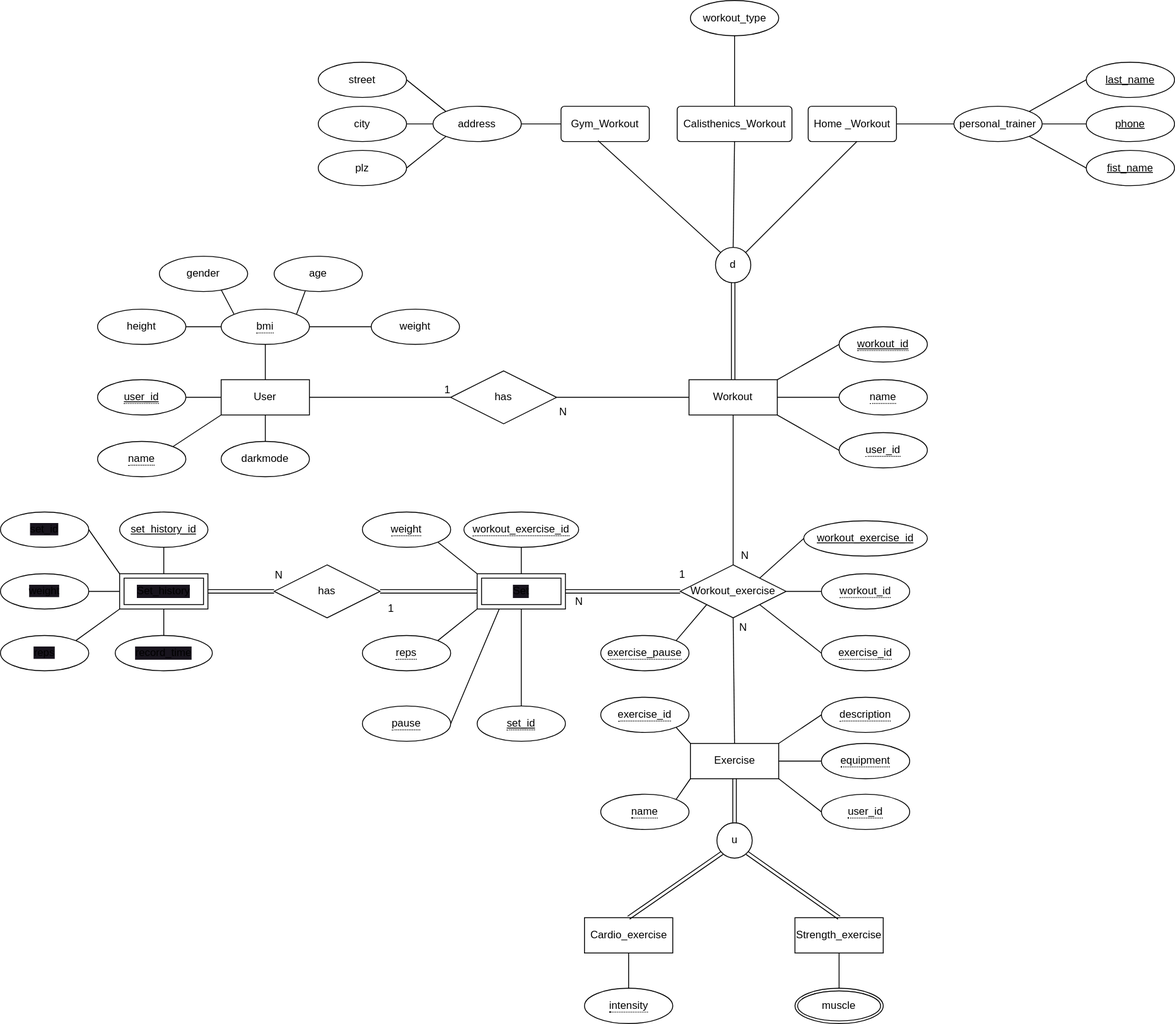
This is EER-Diagramm.drawio.svg from Johannes0220/DatabaseProject, a draw.io export, as it was before one commit. Source tidied: cells renumbered, new cells last; positions are measured from the earlier drawing's top-left corner, leaving out a move shared by most shapes.
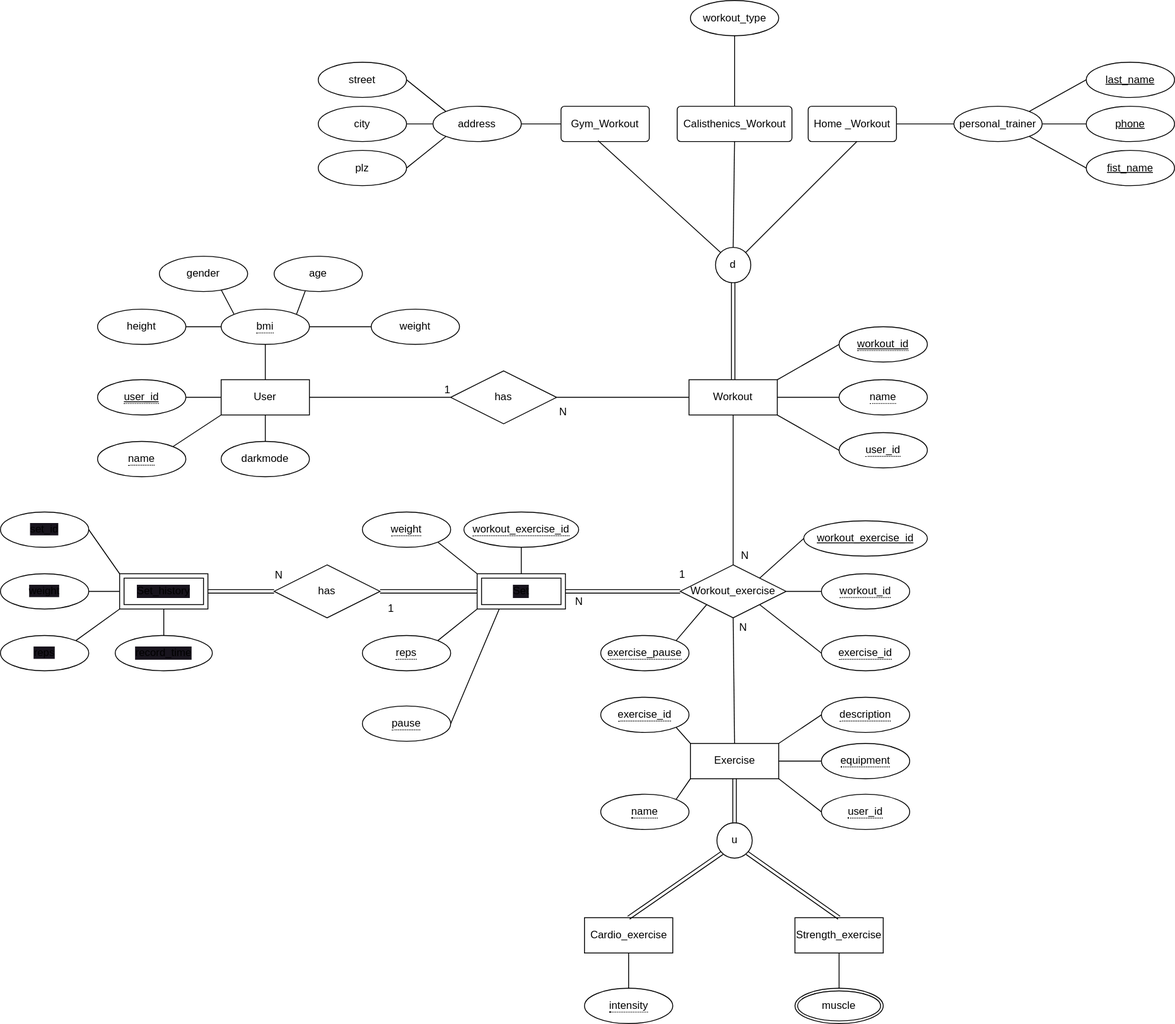
Later version of the same file.

Commit message:
fix EER- Weakattribbutes

Change to the diagram source:
```diff
@@ -67,9 +67,6 @@
     <mxCell id="22" value="Set" style="shape=ext;margin=3;double=1;whiteSpace=wrap;html=1;align=center;labelBackgroundColor=#18141D;" parent="1" vertex="1">
       <mxGeometry x="540" y="650" width="100" height="40" as="geometry" />
     </mxCell>
-    <mxCell id="23" style="endArrow=none;html=1;rounded=0;exitX=0.5;exitY=1;exitDx=0;exitDy=0;entryX=0.5;entryY=0;entryDx=0;entryDy=0;" parent="1" edge="1" source="22" target="66">
-      <mxGeometry relative="1" as="geometry" />
-    </mxCell>
     <mxCell id="24" value="Set_history" style="shape=ext;margin=3;double=1;whiteSpace=wrap;html=1;align=center;labelBackgroundColor=#18141D;" parent="1" vertex="1">
       <mxGeometry x="135" y="650" width="100" height="40" as="geometry" />
     </mxCell>
@@ -137,12 +134,6 @@
     <mxCell id="44" value="&lt;span style=&quot;border-bottom: 1px dotted&quot;&gt;bmi&lt;/span&gt;" style="ellipse;whiteSpace=wrap;html=1;align=center;" parent="1" vertex="1">
       <mxGeometry x="250" y="350" width="100" height="40" as="geometry" />
     </mxCell>
-    <mxCell id="45" style="edgeStyle=none;html=1;exitX=0.5;exitY=1;exitDx=0;exitDy=0;entryX=0.5;entryY=0;entryDx=0;entryDy=0;endArrow=none;endFill=0;" parent="1" edge="1" source="46" target="24">
-      <mxGeometry relative="1" as="geometry" />
-    </mxCell>
-    <mxCell id="46" value="&lt;u&gt;set_history_id&lt;/u&gt;" style="ellipse;whiteSpace=wrap;html=1;align=center;" parent="1" vertex="1">
-      <mxGeometry x="135" y="580" width="100" height="40" as="geometry" />
-    </mxCell>
     <mxCell id="47" style="edgeStyle=none;html=1;exitX=1;exitY=0.5;exitDx=0;exitDy=0;entryX=0;entryY=0;entryDx=0;entryDy=0;endArrow=none;endFill=0;" parent="1" edge="1" source="48" target="24">
       <mxGeometry relative="1" as="geometry" />
     </mxCell>
@@ -200,9 +191,6 @@
     <mxCell id="65" value="&lt;span style=&quot;border-bottom: 1px dotted&quot;&gt;workout_exercise_id&lt;/span&gt;" style="ellipse;whiteSpace=wrap;html=1;align=center;" parent="1" vertex="1">
       <mxGeometry x="525" y="580" width="130" height="40" as="geometry" />
     </mxCell>
-    <mxCell id="66" value="&lt;span style=&quot;border-bottom: 1px dotted&quot;&gt;&lt;u&gt;set_id&lt;/u&gt;&lt;/span&gt;" style="ellipse;whiteSpace=wrap;html=1;align=center;" parent="1" vertex="1">
-      <mxGeometry x="540" y="800" width="100" height="40" as="geometry" />
-    </mxCell>
     <mxCell id="67" value="N" style="html=1;align=right;verticalAlign=bottom;" parent="1" vertex="1">
       <mxGeometry x="761.6" y="460" as="geometry">
         <mxPoint x="86" y="178" as="offset" />
```
